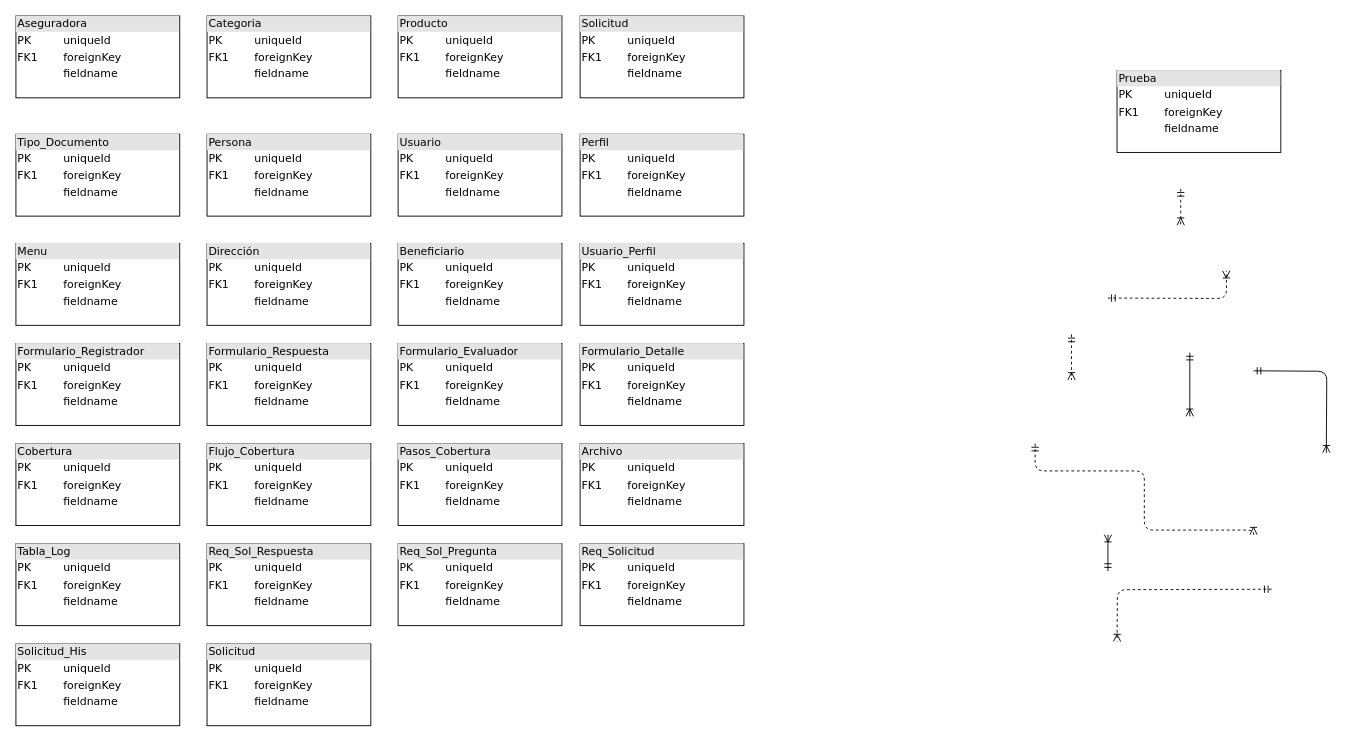
alejandroarceefitec/EFICTEC keeps this draw.io diagram as SINIESTROS/Diagrama sin título.drawio. Above is the earlier version. Source tidied: cells renumbered, new cells numbered last; positions are measured from the earlier drawing's top-left corner, leaving out a move shared by most shapes. Both pictures are drawn from the tidied source at 91%, with x=0, y=0 at pixel (15, 15).
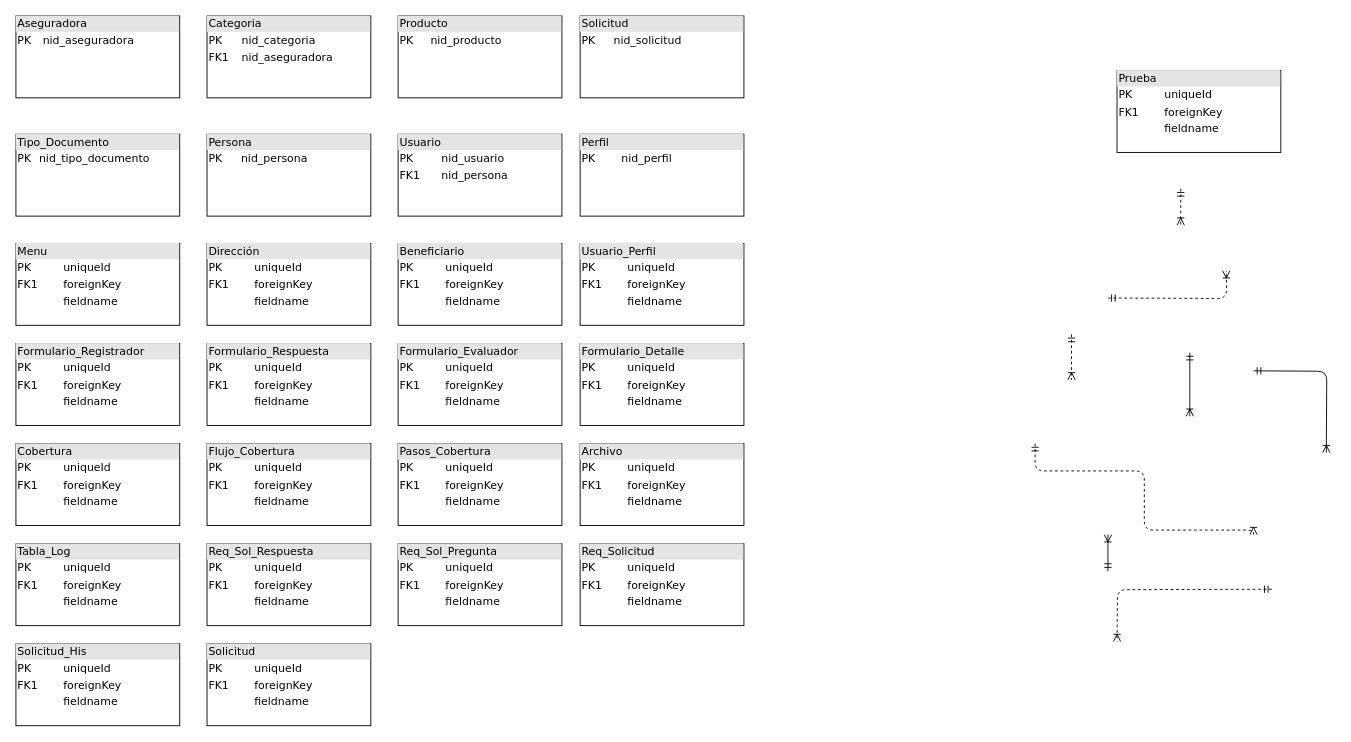
The same page after the edit.

What changed in the source:
```diff
@@
-    <mxCell id="2" value="&lt;div style=&quot;box-sizing: border-box ; width: 100% ; background: #e4e4e4 ; padding: 2px&quot;&gt;Aseguradora&lt;/div&gt;&lt;table style=&quot;width: 100% ; font-size: 1em&quot; cellpadding=&quot;2&quot; cellspacing=&quot;0&quot;&gt;&lt;tbody&gt;&lt;tr&gt;&lt;td&gt;PK&lt;/td&gt;&lt;td&gt;uniqueId&lt;/td&gt;&lt;/tr&gt;&lt;tr&gt;&lt;td&gt;FK1&lt;/td&gt;&lt;td&gt;foreignKey&lt;/td&gt;&lt;/tr&gt;&lt;tr&gt;&lt;td&gt;&lt;/td&gt;&lt;td&gt;fieldname&lt;/td&gt;&lt;/tr&gt;&lt;/tbody&gt;&lt;/table&gt;" style="verticalAlign=top;align=left;overflow=fill;html=1;rounded=0;shadow=0;comic=0;labelBackgroundColor=none;strokeWidth=1;fontFamily=Verdana;fontSize=12;" parent="1" vertex="1">
+    <mxCell id="2" value="&lt;div style=&quot;box-sizing: border-box ; width: 100% ; background: #e4e4e4 ; padding: 2px&quot;&gt;Aseguradora&lt;/div&gt;&lt;table style=&quot;width: 100% ; font-size: 1em&quot; cellpadding=&quot;2&quot; cellspacing=&quot;0&quot;&gt;&lt;tbody&gt;&lt;tr&gt;&lt;td&gt;PK&lt;/td&gt;&lt;td&gt;nid_aseguradora&lt;/td&gt;&lt;/tr&gt;&lt;tr&gt;&lt;td&gt;&lt;br&gt;&lt;/td&gt;&lt;td&gt;&lt;br&gt;&lt;/td&gt;&lt;/tr&gt;&lt;tr&gt;&lt;td&gt;&lt;/td&gt;&lt;td&gt;&lt;br&gt;&lt;/td&gt;&lt;/tr&gt;&lt;/tbody&gt;&lt;/table&gt;" style="verticalAlign=top;align=left;overflow=fill;html=1;rounded=0;shadow=0;comic=0;labelBackgroundColor=none;strokeWidth=1;fontFamily=Verdana;fontSize=12;" parent="1" vertex="1">
       <mxGeometry width="180" height="90" as="geometry" />
     </mxCell>
@@
-    <mxCell id="12" value="&lt;div style=&quot;box-sizing: border-box ; width: 100% ; background: #e4e4e4 ; padding: 2px&quot;&gt;Categoria&lt;/div&gt;&lt;table style=&quot;width: 100% ; font-size: 1em&quot; cellpadding=&quot;2&quot; cellspacing=&quot;0&quot;&gt;&lt;tbody&gt;&lt;tr&gt;&lt;td&gt;PK&lt;/td&gt;&lt;td&gt;uniqueId&lt;/td&gt;&lt;/tr&gt;&lt;tr&gt;&lt;td&gt;FK1&lt;/td&gt;&lt;td&gt;foreignKey&lt;/td&gt;&lt;/tr&gt;&lt;tr&gt;&lt;td&gt;&lt;/td&gt;&lt;td&gt;fieldname&lt;/td&gt;&lt;/tr&gt;&lt;/tbody&gt;&lt;/table&gt;" style="verticalAlign=top;align=left;overflow=fill;html=1;rounded=0;shadow=0;comic=0;labelBackgroundColor=none;strokeWidth=1;fontFamily=Verdana;fontSize=12;" parent="1" vertex="1">
+    <mxCell id="12" value="&lt;div style=&quot;box-sizing: border-box ; width: 100% ; background: #e4e4e4 ; padding: 2px&quot;&gt;Categoria&lt;/div&gt;&lt;table style=&quot;width: 100% ; font-size: 1em&quot; cellpadding=&quot;2&quot; cellspacing=&quot;0&quot;&gt;&lt;tbody&gt;&lt;tr&gt;&lt;td&gt;PK&lt;/td&gt;&lt;td&gt;nid_categoria&lt;/td&gt;&lt;/tr&gt;&lt;tr&gt;&lt;td&gt;FK1&lt;/td&gt;&lt;td&gt;nid_aseguradora&lt;br&gt;&lt;/td&gt;&lt;/tr&gt;&lt;/tbody&gt;&lt;/table&gt;" style="verticalAlign=top;align=left;overflow=fill;html=1;rounded=0;shadow=0;comic=0;labelBackgroundColor=none;strokeWidth=1;fontFamily=Verdana;fontSize=12;" parent="1" vertex="1">
       <mxGeometry x="210" width="180" height="90" as="geometry" />
     </mxCell>
-    <mxCell id="13" value="&lt;div style=&quot;box-sizing: border-box ; width: 100% ; background: #e4e4e4 ; padding: 2px&quot;&gt;Producto&lt;/div&gt;&lt;table style=&quot;width: 100% ; font-size: 1em&quot; cellpadding=&quot;2&quot; cellspacing=&quot;0&quot;&gt;&lt;tbody&gt;&lt;tr&gt;&lt;td&gt;PK&lt;/td&gt;&lt;td&gt;uniqueId&lt;/td&gt;&lt;/tr&gt;&lt;tr&gt;&lt;td&gt;FK1&lt;/td&gt;&lt;td&gt;foreignKey&lt;/td&gt;&lt;/tr&gt;&lt;tr&gt;&lt;td&gt;&lt;/td&gt;&lt;td&gt;fieldname&lt;/td&gt;&lt;/tr&gt;&lt;/tbody&gt;&lt;/table&gt;" style="verticalAlign=top;align=left;overflow=fill;html=1;rounded=0;shadow=0;comic=0;labelBackgroundColor=none;strokeWidth=1;fontFamily=Verdana;fontSize=12;" parent="1" vertex="1">
+    <mxCell id="13" value="&lt;div style=&quot;box-sizing: border-box ; width: 100% ; background: #e4e4e4 ; padding: 2px&quot;&gt;Producto&lt;/div&gt;&lt;table style=&quot;width: 100% ; font-size: 1em&quot; cellpadding=&quot;2&quot; cellspacing=&quot;0&quot;&gt;&lt;tbody&gt;&lt;tr&gt;&lt;td&gt;PK&lt;/td&gt;&lt;td&gt;nid_producto&lt;/td&gt;&lt;/tr&gt;&lt;tr&gt;&lt;td&gt;&lt;br&gt;&lt;/td&gt;&lt;td&gt;&lt;br&gt;&lt;/td&gt;&lt;/tr&gt;&lt;tr&gt;&lt;td&gt;&lt;/td&gt;&lt;td&gt;&lt;br&gt;&lt;/td&gt;&lt;/tr&gt;&lt;/tbody&gt;&lt;/table&gt;" style="verticalAlign=top;align=left;overflow=fill;html=1;rounded=0;shadow=0;comic=0;labelBackgroundColor=none;strokeWidth=1;fontFamily=Verdana;fontSize=12;" parent="1" vertex="1">
       <mxGeometry x="420" width="180" height="90" as="geometry" />
     </mxCell>
-    <mxCell id="14" value="&lt;div style=&quot;box-sizing: border-box ; width: 100% ; background: #e4e4e4 ; padding: 2px&quot;&gt;Solicitud&lt;/div&gt;&lt;table style=&quot;width: 100% ; font-size: 1em&quot; cellpadding=&quot;2&quot; cellspacing=&quot;0&quot;&gt;&lt;tbody&gt;&lt;tr&gt;&lt;td&gt;PK&lt;/td&gt;&lt;td&gt;uniqueId&lt;/td&gt;&lt;/tr&gt;&lt;tr&gt;&lt;td&gt;FK1&lt;/td&gt;&lt;td&gt;foreignKey&lt;/td&gt;&lt;/tr&gt;&lt;tr&gt;&lt;td&gt;&lt;/td&gt;&lt;td&gt;fieldname&lt;/td&gt;&lt;/tr&gt;&lt;/tbody&gt;&lt;/table&gt;" style="verticalAlign=top;align=left;overflow=fill;html=1;rounded=0;shadow=0;comic=0;labelBackgroundColor=none;strokeWidth=1;fontFamily=Verdana;fontSize=12;" parent="1" vertex="1">
+    <mxCell id="14" value="&lt;div style=&quot;box-sizing: border-box ; width: 100% ; background: #e4e4e4 ; padding: 2px&quot;&gt;Solicitud&lt;/div&gt;&lt;table style=&quot;width: 100% ; font-size: 1em&quot; cellpadding=&quot;2&quot; cellspacing=&quot;0&quot;&gt;&lt;tbody&gt;&lt;tr&gt;&lt;td&gt;PK&lt;/td&gt;&lt;td&gt;nid_solicitud&lt;/td&gt;&lt;/tr&gt;&lt;tr&gt;&lt;td&gt;&lt;br&gt;&lt;/td&gt;&lt;td&gt;&lt;br&gt;&lt;/td&gt;&lt;/tr&gt;&lt;tr&gt;&lt;td&gt;&lt;/td&gt;&lt;td&gt;&lt;br&gt;&lt;br&gt;&lt;/td&gt;&lt;/tr&gt;&lt;/tbody&gt;&lt;/table&gt;" style="verticalAlign=top;align=left;overflow=fill;html=1;rounded=0;shadow=0;comic=0;labelBackgroundColor=none;strokeWidth=1;fontFamily=Verdana;fontSize=12;" parent="1" vertex="1">
       <mxGeometry x="620" width="180" height="90" as="geometry" />
     </mxCell>
-    <mxCell id="15" value="&lt;div style=&quot;box-sizing: border-box ; width: 100% ; background: #e4e4e4 ; padding: 2px&quot;&gt;Tipo_Documento&lt;/div&gt;&lt;table style=&quot;width: 100% ; font-size: 1em&quot; cellpadding=&quot;2&quot; cellspacing=&quot;0&quot;&gt;&lt;tbody&gt;&lt;tr&gt;&lt;td&gt;PK&lt;/td&gt;&lt;td&gt;uniqueId&lt;/td&gt;&lt;/tr&gt;&lt;tr&gt;&lt;td&gt;FK1&lt;/td&gt;&lt;td&gt;foreignKey&lt;/td&gt;&lt;/tr&gt;&lt;tr&gt;&lt;td&gt;&lt;/td&gt;&lt;td&gt;fieldname&lt;/td&gt;&lt;/tr&gt;&lt;/tbody&gt;&lt;/table&gt;" style="verticalAlign=top;align=left;overflow=fill;html=1;rounded=0;shadow=0;comic=0;labelBackgroundColor=none;strokeWidth=1;fontFamily=Verdana;fontSize=12;" parent="1" vertex="1">
+    <mxCell id="15" value="&lt;div style=&quot;box-sizing: border-box ; width: 100% ; background: #e4e4e4 ; padding: 2px&quot;&gt;Tipo_Documento&lt;/div&gt;&lt;table style=&quot;width: 100% ; font-size: 1em&quot; cellpadding=&quot;2&quot; cellspacing=&quot;0&quot;&gt;&lt;tbody&gt;&lt;tr&gt;&lt;td&gt;PK&lt;/td&gt;&lt;td&gt;nid_tipo_documento&lt;/td&gt;&lt;/tr&gt;&lt;tr&gt;&lt;td&gt;&lt;br&gt;&lt;/td&gt;&lt;td&gt;&lt;br&gt;&lt;/td&gt;&lt;/tr&gt;&lt;tr&gt;&lt;td&gt;&lt;/td&gt;&lt;td&gt;&lt;br&gt;&lt;/td&gt;&lt;/tr&gt;&lt;/tbody&gt;&lt;/table&gt;" style="verticalAlign=top;align=left;overflow=fill;html=1;rounded=0;shadow=0;comic=0;labelBackgroundColor=none;strokeWidth=1;fontFamily=Verdana;fontSize=12;" parent="1" vertex="1">
       <mxGeometry y="130" width="180" height="90" as="geometry" />
     </mxCell>
-    <mxCell id="16" value="&lt;div style=&quot;box-sizing: border-box ; width: 100% ; background: #e4e4e4 ; padding: 2px&quot;&gt;Persona&lt;/div&gt;&lt;table style=&quot;width: 100% ; font-size: 1em&quot; cellpadding=&quot;2&quot; cellspacing=&quot;0&quot;&gt;&lt;tbody&gt;&lt;tr&gt;&lt;td&gt;PK&lt;/td&gt;&lt;td&gt;uniqueId&lt;/td&gt;&lt;/tr&gt;&lt;tr&gt;&lt;td&gt;FK1&lt;/td&gt;&lt;td&gt;foreignKey&lt;/td&gt;&lt;/tr&gt;&lt;tr&gt;&lt;td&gt;&lt;/td&gt;&lt;td&gt;fieldname&lt;/td&gt;&lt;/tr&gt;&lt;/tbody&gt;&lt;/table&gt;" style="verticalAlign=top;align=left;overflow=fill;html=1;rounded=0;shadow=0;comic=0;labelBackgroundColor=none;strokeWidth=1;fontFamily=Verdana;fontSize=12;" parent="1" vertex="1">
+    <mxCell id="16" value="&lt;div style=&quot;box-sizing: border-box ; width: 100% ; background: #e4e4e4 ; padding: 2px&quot;&gt;Persona&lt;/div&gt;&lt;table style=&quot;width: 100% ; font-size: 1em&quot; cellpadding=&quot;2&quot; cellspacing=&quot;0&quot;&gt;&lt;tbody&gt;&lt;tr&gt;&lt;td&gt;PK&lt;/td&gt;&lt;td&gt;nid_persona&lt;/td&gt;&lt;/tr&gt;&lt;tr&gt;&lt;td&gt;&lt;br&gt;&lt;/td&gt;&lt;td&gt;&lt;br&gt;&lt;/td&gt;&lt;/tr&gt;&lt;tr&gt;&lt;td&gt;&lt;/td&gt;&lt;td&gt;&lt;br&gt;&lt;/td&gt;&lt;/tr&gt;&lt;/tbody&gt;&lt;/table&gt;" style="verticalAlign=top;align=left;overflow=fill;html=1;rounded=0;shadow=0;comic=0;labelBackgroundColor=none;strokeWidth=1;fontFamily=Verdana;fontSize=12;" parent="1" vertex="1">
       <mxGeometry x="210" y="130" width="180" height="90" as="geometry" />
     </mxCell>
-    <mxCell id="17" value="&lt;div style=&quot;box-sizing: border-box ; width: 100% ; background: #e4e4e4 ; padding: 2px&quot;&gt;Usuario&lt;/div&gt;&lt;table style=&quot;width: 100% ; font-size: 1em&quot; cellpadding=&quot;2&quot; cellspacing=&quot;0&quot;&gt;&lt;tbody&gt;&lt;tr&gt;&lt;td&gt;PK&lt;/td&gt;&lt;td&gt;uniqueId&lt;/td&gt;&lt;/tr&gt;&lt;tr&gt;&lt;td&gt;FK1&lt;/td&gt;&lt;td&gt;foreignKey&lt;/td&gt;&lt;/tr&gt;&lt;tr&gt;&lt;td&gt;&lt;/td&gt;&lt;td&gt;fieldname&lt;/td&gt;&lt;/tr&gt;&lt;/tbody&gt;&lt;/table&gt;" style="verticalAlign=top;align=left;overflow=fill;html=1;rounded=0;shadow=0;comic=0;labelBackgroundColor=none;strokeWidth=1;fontFamily=Verdana;fontSize=12;" parent="1" vertex="1">
+    <mxCell id="17" value="&lt;div style=&quot;box-sizing: border-box ; width: 100% ; background: #e4e4e4 ; padding: 2px&quot;&gt;Usuario&lt;/div&gt;&lt;table style=&quot;width: 100% ; font-size: 1em&quot; cellpadding=&quot;2&quot; cellspacing=&quot;0&quot;&gt;&lt;tbody&gt;&lt;tr&gt;&lt;td&gt;PK&lt;/td&gt;&lt;td&gt;nid_usuario&lt;/td&gt;&lt;/tr&gt;&lt;tr&gt;&lt;td&gt;FK1&lt;/td&gt;&lt;td&gt;nid_persona&lt;br&gt;&lt;/td&gt;&lt;/tr&gt;&lt;tr&gt;&lt;td&gt;&lt;/td&gt;&lt;td&gt;&lt;br&gt;&lt;/td&gt;&lt;/tr&gt;&lt;/tbody&gt;&lt;/table&gt;" style="verticalAlign=top;align=left;overflow=fill;html=1;rounded=0;shadow=0;comic=0;labelBackgroundColor=none;strokeWidth=1;fontFamily=Verdana;fontSize=12;" parent="1" vertex="1">
       <mxGeometry x="420" y="130" width="180" height="90" as="geometry" />
     </mxCell>
-    <mxCell id="18" value="&lt;div style=&quot;box-sizing: border-box ; width: 100% ; background: #e4e4e4 ; padding: 2px&quot;&gt;Perfil&lt;/div&gt;&lt;table style=&quot;width: 100% ; font-size: 1em&quot; cellpadding=&quot;2&quot; cellspacing=&quot;0&quot;&gt;&lt;tbody&gt;&lt;tr&gt;&lt;td&gt;PK&lt;/td&gt;&lt;td&gt;uniqueId&lt;/td&gt;&lt;/tr&gt;&lt;tr&gt;&lt;td&gt;FK1&lt;/td&gt;&lt;td&gt;foreignKey&lt;/td&gt;&lt;/tr&gt;&lt;tr&gt;&lt;td&gt;&lt;/td&gt;&lt;td&gt;fieldname&lt;/td&gt;&lt;/tr&gt;&lt;/tbody&gt;&lt;/table&gt;" style="verticalAlign=top;align=left;overflow=fill;html=1;rounded=0;shadow=0;comic=0;labelBackgroundColor=none;strokeWidth=1;fontFamily=Verdana;fontSize=12;" parent="1" vertex="1">
+    <mxCell id="18" value="&lt;div style=&quot;box-sizing: border-box ; width: 100% ; background: #e4e4e4 ; padding: 2px&quot;&gt;Perfil&lt;/div&gt;&lt;table style=&quot;width: 100% ; font-size: 1em&quot; cellpadding=&quot;2&quot; cellspacing=&quot;0&quot;&gt;&lt;tbody&gt;&lt;tr&gt;&lt;td&gt;PK&lt;/td&gt;&lt;td&gt;nid_perfil&lt;/td&gt;&lt;/tr&gt;&lt;tr&gt;&lt;td&gt;&lt;br&gt;&lt;/td&gt;&lt;td&gt;&lt;br&gt;&lt;/td&gt;&lt;/tr&gt;&lt;tr&gt;&lt;td&gt;&lt;/td&gt;&lt;td&gt;&lt;br&gt;&lt;/td&gt;&lt;/tr&gt;&lt;/tbody&gt;&lt;/table&gt;" style="verticalAlign=top;align=left;overflow=fill;html=1;rounded=0;shadow=0;comic=0;labelBackgroundColor=none;strokeWidth=1;fontFamily=Verdana;fontSize=12;" parent="1" vertex="1">
       <mxGeometry x="620" y="130" width="180" height="90" as="geometry" />
     </mxCell>
```
